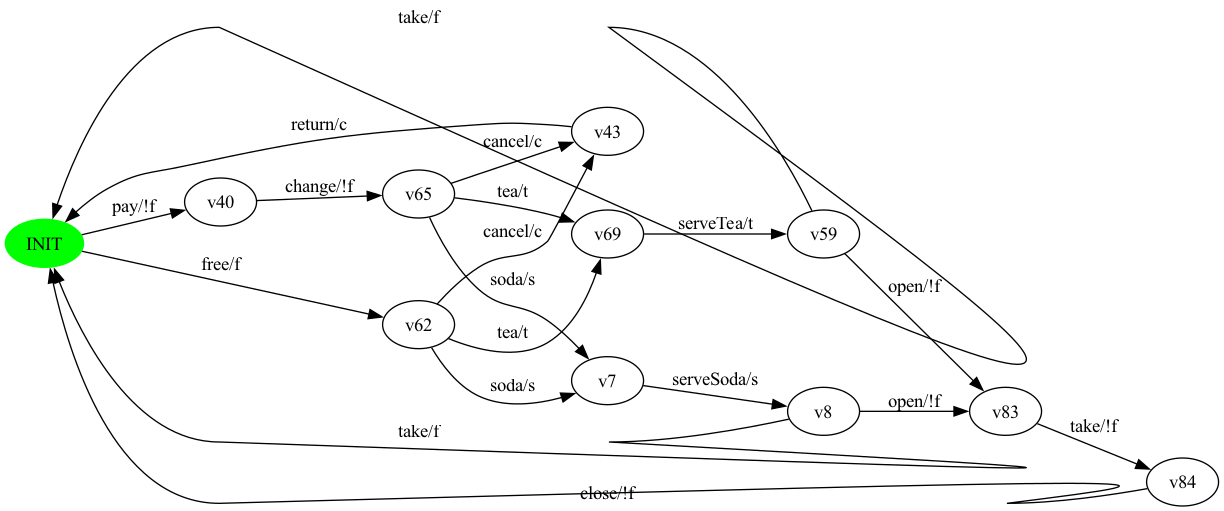
This is automode-reports/figures/SodaVendingMachine.png from dilekozturk93/vibes, a Graphviz export, as it was before one commit. Its source is kept beside it as automode-reports/figures/SodaVendingMachine.dot. The source it was exported from:
```dot
digraph G {
rankdir=LR;
state0[ label = "INIT", style=filled, color=green ];
state1 [ label = "v83" ];
state1 -> state2 [ label=" take/!f " ];
state3 [ label = "v7" ];
state3 -> state4 [ label=" serveSoda/s " ];
state0 -> state5 [ label=" pay/!f " ];
state0 -> state6 [ label=" free/f " ];
state4 [ label = "v8" ];
state4 -> state0 [ label=" take/f " ];
state4 -> state1 [ label=" open/!f " ];
state5 [ label = "v40" ];
state5 -> state7 [ label=" change/!f " ];
state6 [ label = "v62" ];
state6 -> state3 [ label=" soda/s " ];
state6 -> state8 [ label=" tea/t " ];
state6 -> state9 [ label=" cancel/c " ];
state2 [ label = "v84" ];
state2 -> state0 [ label=" close/!f " ];
state9 [ label = "v43" ];
state9 -> state0 [ label=" return/c " ];
state7 [ label = "v65" ];
state7 -> state3 [ label=" soda/s " ];
state7 -> state8 [ label=" tea/t " ];
state7 -> state9 [ label=" cancel/c " ];
state8 [ label = "v69" ];
state8 -> state10 [ label=" serveTea/t " ];
state10 [ label = "v59" ];
state10 -> state0 [ label=" take/f " ];
state10 -> state1 [ label=" open/!f " ];
}
```
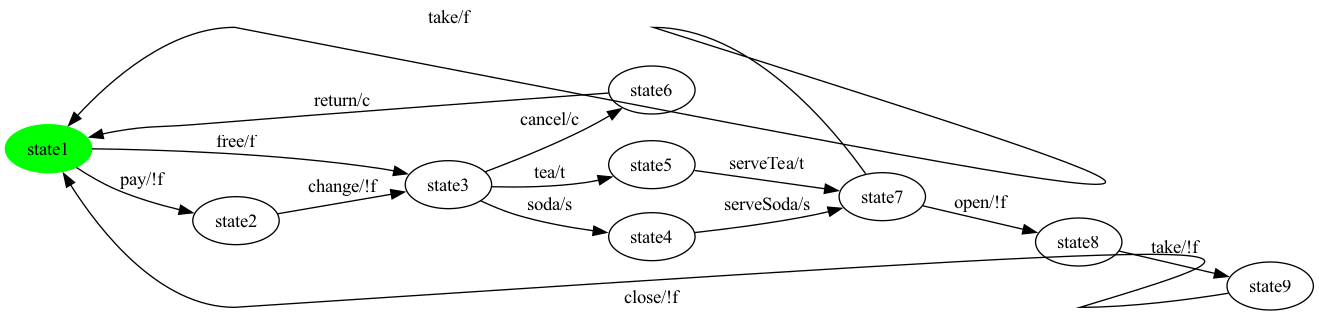
Above is the later version.

Change to the diagram source:
```diff
@@ -1,32 +1,25 @@
 digraph G {
 rankdir=LR;
-state0[ label = "INIT", style=filled, color=green ];
-state1 [ label = "v83" ];
-state1 -> state2 [ label=" take/!f " ];
-state3 [ label = "v7" ];
-state3 -> state4 [ label=" serveSoda/s " ];
-state0 -> state5 [ label=" pay/!f " ];
-state0 -> state6 [ label=" free/f " ];
-state4 [ label = "v8" ];
+state0[ label = "state1", style=filled, color=green ];
+state1 [ label = "state9" ];
+state1 -> state0 [ label=" close/!f " ];
+state2 [ label = "state6" ];
+state2 -> state0 [ label=" return/c " ];
+state3 [ label = "state5" ];
+state3 -> state4 [ label=" serveTea/t " ];
+state5 [ label = "state8" ];
+state5 -> state1 [ label=" take/!f " ];
+state4 [ label = "state7" ];
 state4 -> state0 [ label=" take/f " ];
-state4 -> state1 [ label=" open/!f " ];
-state5 [ label = "v40" ];
-state5 -> state7 [ label=" change/!f " ];
-state6 [ label = "v62" ];
-state6 -> state3 [ label=" soda/s " ];
-state6 -> state8 [ label=" tea/t " ];
-state6 -> state9 [ label=" cancel/c " ];
-state2 [ label = "v84" ];
-state2 -> state0 [ label=" close/!f " ];
-state9 [ label = "v43" ];
-state9 -> state0 [ label=" return/c " ];
-state7 [ label = "v65" ];
-state7 -> state3 [ label=" soda/s " ];
-state7 -> state8 [ label=" tea/t " ];
-state7 -> state9 [ label=" cancel/c " ];
-state8 [ label = "v69" ];
-state8 -> state10 [ label=" serveTea/t " ];
-state10 [ label = "v59" ];
-state10 -> state0 [ label=" take/f " ];
-state10 -> state1 [ label=" open/!f " ];
+state4 -> state5 [ label=" open/!f " ];
+state6 [ label = "state2" ];
+state6 -> state7 [ label=" change/!f " ];
+state0 -> state6 [ label=" pay/!f " ];
+state0 -> state7 [ label=" free/f " ];
+state8 [ label = "state4" ];
+state8 -> state4 [ label=" serveSoda/s " ];
+state7 [ label = "state3" ];
+state7 -> state8 [ label=" soda/s " ];
+state7 -> state3 [ label=" tea/t " ];
+state7 -> state2 [ label=" cancel/c " ];
 }
```
